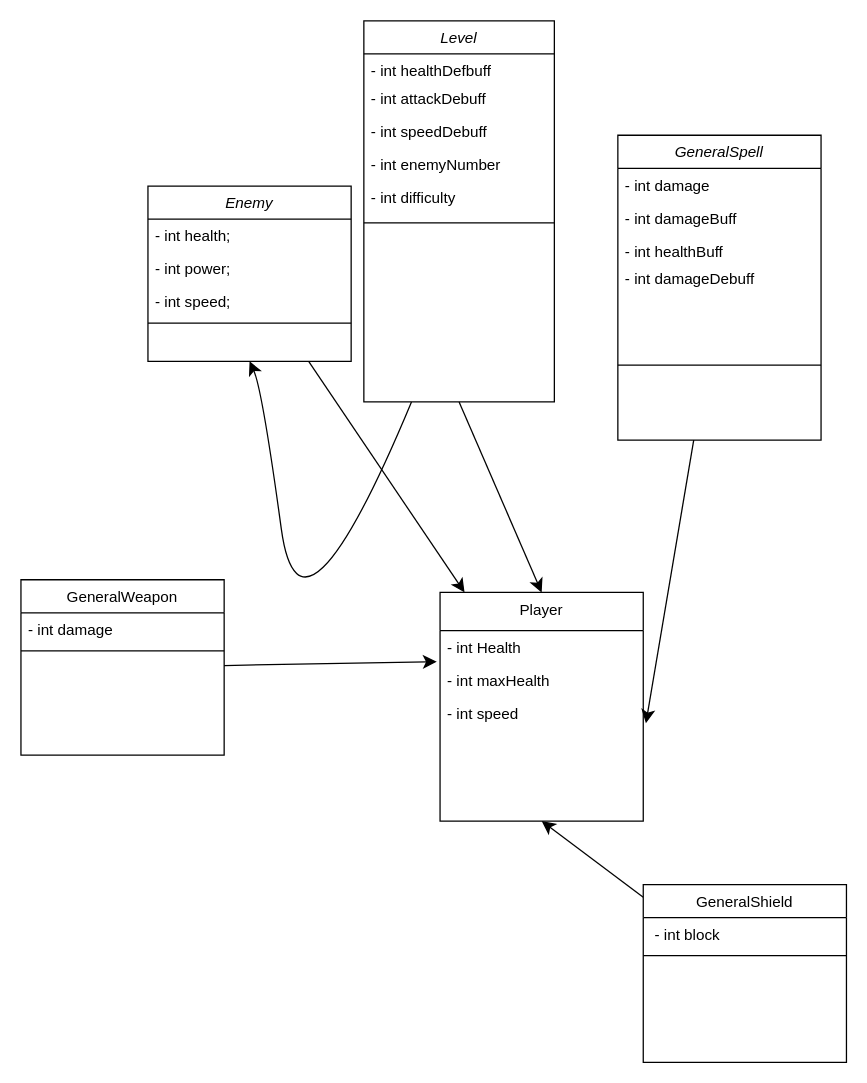
Before: Untitled Diagram.drawio in afdfadfsadffsd/ComputerProgramming1, a draw.io diagram. Source tidied: cells renumbered, new cells numbered last; positions are measured from the earlier drawing's top-left corner, leaving out a move shared by most shapes. Both pictures are drawn from the tidied source at 127%, with x=0, y=0 at pixel (20, 20).
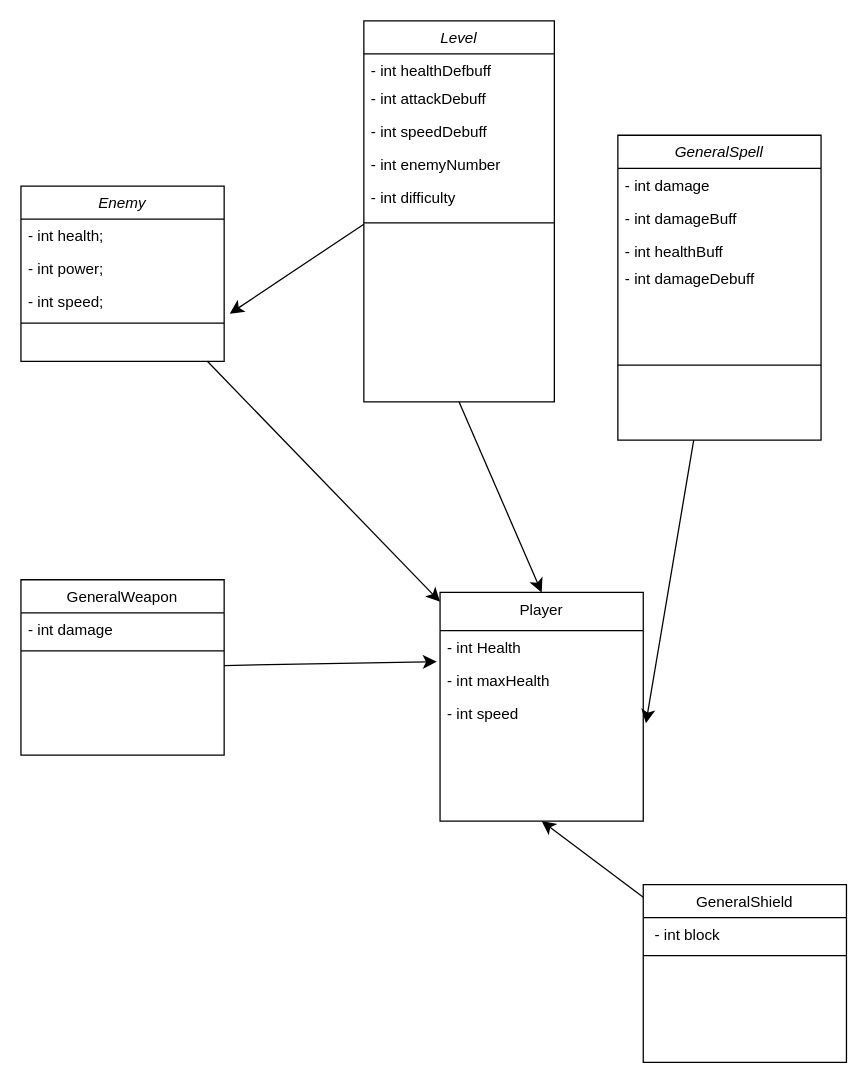
After the change.

Unchanged cells that the change refers to:
```xml
<mxCell id="6" value="- int speed;" style="text;align=left;verticalAlign=top;spacingLeft=4;spacingRight=4;overflow=hidden;points=[[0,0.5],[1,0.5]];portConstraint=eastwest;" parent="3" vertex="1">
  <mxGeometry y="78" width="160" height="26" as="geometry" />
</mxCell>
<mxCell id="23" value="Level" style="swimlane;fontStyle=2;align=center;verticalAlign=top;horizontal=1;startSize=26;rounded=0;shadow=0;strokeWidth=1;" parent="1" vertex="1">
  <mxGeometry x="270" width="150" height="300" as="geometry" />
</mxCell>
```

Diff of the diagram source:
```diff
@@
     <mxCell id="3" value="Enemy" style="swimlane;fontStyle=2;align=center;verticalAlign=top;horizontal=1;startSize=26;rounded=0;shadow=0;strokeWidth=1;" parent="1" vertex="1">
-      <mxGeometry x="100" y="130" width="160" height="138" as="geometry" />
+      <mxGeometry y="130" width="160" height="138" as="geometry" />
     </mxCell>
@@
-    <mxCell id="22" style="edgeStyle=none;curved=1;rounded=0;jettySize=auto;html=1;fontSize=12;startSize=8;endSize=8;exitX=0.25;exitY=1;exitDx=0;exitDy=0;entryX=0.5;entryY=1;entryDx=0;entryDy=0;" parent="1" edge="1" source="23" target="3">
-      <mxGeometry relative="1" as="geometry">
-        <Array as="points">
-          <mxPoint x="220" y="510" />
-          <mxPoint x="190" y="290" />
-        </Array>
-      </mxGeometry>
-    </mxCell>
@@
+    <mxCell id="38" style="endArrow=classic;html=1;rounded=0;fontSize=12;startSize=8;endSize=8;entryX=1.028;entryY=0.865;entryDx=0;entryDy=0;entryPerimeter=0;" parent="1" edge="1" target="6">
+      <mxGeometry relative="1" as="geometry">
+        <mxPoint x="270" y="160" as="sourcePoint" />
+      </mxGeometry>
+    </mxCell>
```
